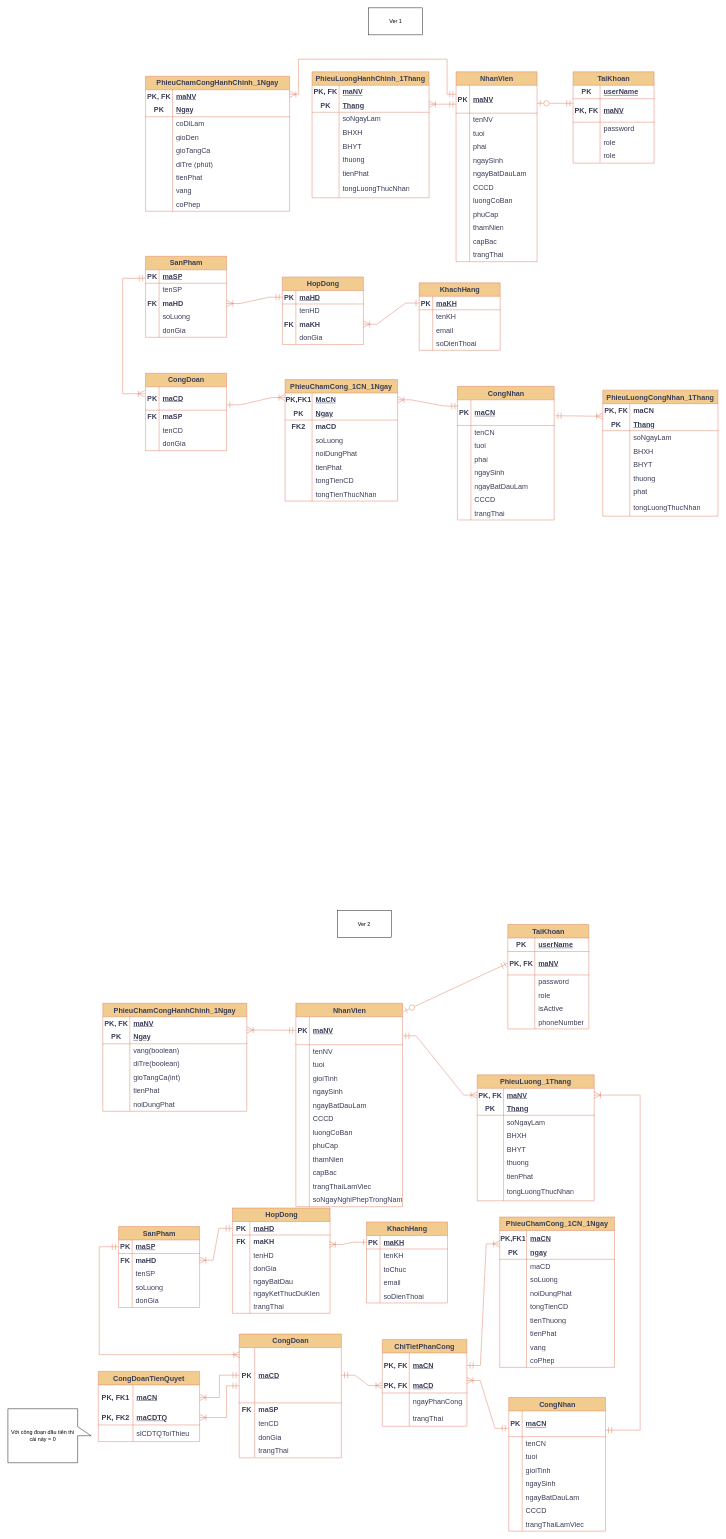
The draw.io diagram EntityRelationshipDiagram.drawio in TomTom2k/-management-of-a-ceramic-processing-company, before the edit. Source tidied: cells renumbered, new cells numbered last; positions are measured from the earlier drawing's top-left corner, leaving out a move shared by most shapes. Both pictures are drawn from the tidied source at 45%, with x=0, y=0 at pixel (8, 8).
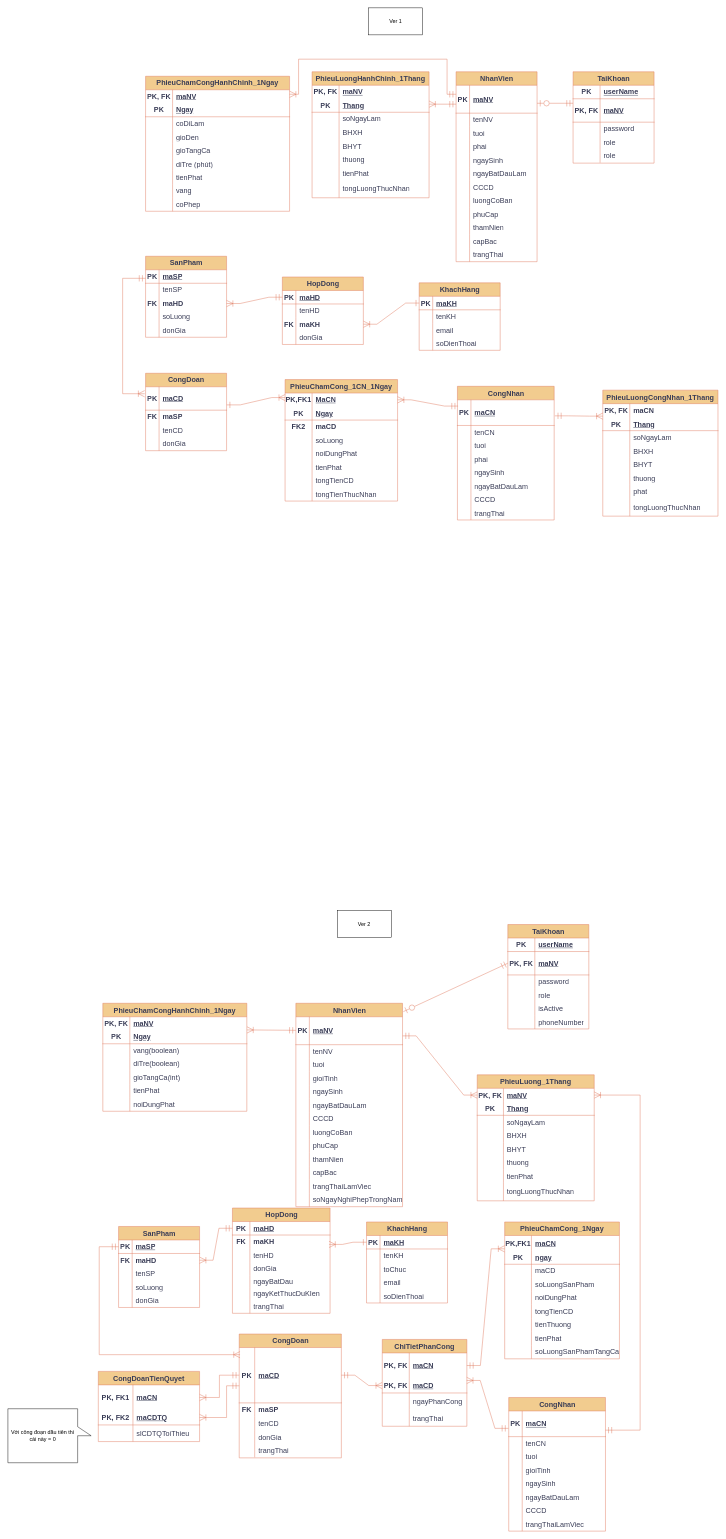
The same diagram, later.

Commit message:
Cập nhật EntityRelationshipDiagram.drawio

The change refers to these unchanged cells:
```xml
<mxCell id="337" style="shape=tableRow;horizontal=0;startSize=0;swimlaneHead=0;swimlaneBody=0;fillColor=none;top=0;left=0;right=0;bottom=0;html=1;labelBackgroundColor=none;strokeColor=#E07A5F;fontColor=#393C56;fontSize=16;" parent="327" vertex="1">
  <mxGeometry y="124" width="255" height="30" as="geometry" />
</mxCell>
<mxCell id="352" style="shape=tableRow;horizontal=0;startSize=0;swimlaneHead=0;swimlaneBody=0;fillColor=none;top=0;left=0;right=0;bottom=0;html=1;labelBackgroundColor=none;strokeColor=#E07A5F;fontColor=#393C56;fontSize=16;" parent="327" vertex="1">
  <mxGeometry y="274" width="255" height="30" as="geometry" />
</mxCell>
```

Change to the diagram source:
```diff
@@
-    <mxCell id="327" value="PhieuChamCong_1CN_1Ngay" style="shape=table;startSize=30;childLayout=tableLayout;rowLines=0;fontStyle=1;align=center;html=1;whiteSpace=wrap;labelBackgroundColor=none;fillColor=#F2CC8F;strokeColor=#E07A5F;fontColor=#393C56;fontSize=16;" parent="1" vertex="1">
-      <mxGeometry x="1093" y="2687" width="255" height="334.1" as="geometry" />
+    <mxCell id="327" value="PhieuChamCong_1Ngay" style="shape=table;startSize=30;childLayout=tableLayout;rowLines=0;fontStyle=1;align=center;html=1;whiteSpace=wrap;labelBackgroundColor=none;fillColor=#F2CC8F;strokeColor=#E07A5F;fontColor=#393C56;fontSize=16;" parent="1" vertex="1">
+      <mxGeometry x="1104" y="2698" width="255" height="304.1" as="geometry" />
     </mxCell>
@@
-    <mxCell id="339" value="soLuong" style="shape=partialRectangle;fillColor=none;top=0;left=0;bottom=0;right=0;align=left;spacingLeft=6;overflow=hidden;html=1;whiteSpace=wrap;labelBackgroundColor=none;strokeColor=#E07A5F;fontColor=#393C56;fontSize=16;" parent="337" vertex="1">
+    <mxCell id="339" value="soLuongSanPham" style="shape=partialRectangle;fillColor=none;top=0;left=0;bottom=0;right=0;align=left;spacingLeft=6;overflow=hidden;html=1;whiteSpace=wrap;labelBackgroundColor=none;strokeColor=#E07A5F;fontColor=#393C56;fontSize=16;" parent="337" vertex="1">
       <mxGeometry x="59.5" width="195.5" height="30" as="geometry" />
     </mxCell>
@@
-    <mxCell id="353" style="shape=partialRectangle;fillColor=none;top=0;left=0;bottom=0;right=0;overflow=hidden;html=1;whiteSpace=wrap;labelBackgroundColor=none;strokeColor=#E07A5F;fontColor=#393C56;fontSize=16;" parent="352" vertex="1">
-      <mxGeometry width="59.5" height="30" as="geometry" />
-    </mxCell>
-    <mxCell id="354" value="vang" style="shape=partialRectangle;fillColor=none;top=0;left=0;bottom=0;right=0;align=left;spacingLeft=6;overflow=hidden;html=1;whiteSpace=wrap;labelBackgroundColor=none;strokeColor=#E07A5F;fontColor=#393C56;fontSize=16;" parent="352" vertex="1">
-      <mxGeometry x="59.5" width="195.5" height="30" as="geometry" />
-    </mxCell>
-    <mxCell id="355" style="shape=tableRow;horizontal=0;startSize=0;swimlaneHead=0;swimlaneBody=0;fillColor=none;top=0;left=0;right=0;bottom=0;html=1;labelBackgroundColor=none;strokeColor=#E07A5F;fontColor=#393C56;fontSize=16;" parent="327" vertex="1">
-      <mxGeometry y="304" width="255" height="30" as="geometry" />
-    </mxCell>
-    <mxCell id="356" style="shape=partialRectangle;fillColor=none;top=0;left=0;bottom=0;right=0;overflow=hidden;html=1;whiteSpace=wrap;labelBackgroundColor=none;strokeColor=#E07A5F;fontColor=#393C56;fontSize=16;" parent="355" vertex="1">
-      <mxGeometry width="59.5" height="30" as="geometry" />
-    </mxCell>
-    <mxCell id="357" value="coPhep" style="shape=partialRectangle;fillColor=none;top=0;left=0;bottom=0;right=0;align=left;spacingLeft=6;overflow=hidden;html=1;whiteSpace=wrap;labelBackgroundColor=none;strokeColor=#E07A5F;fontColor=#393C56;fontSize=16;" parent="355" vertex="1">
-      <mxGeometry x="59.5" width="195.5" height="30" as="geometry" />
-    </mxCell>
+    <mxCell id="517" style="shape=partialRectangle;fillColor=none;top=0;left=0;bottom=0;right=0;overflow=hidden;html=1;whiteSpace=wrap;labelBackgroundColor=none;strokeColor=#E07A5F;fontColor=#393C56;fontSize=16;" parent="352" vertex="1">
+      <mxGeometry width="59.5" height="30" as="geometry" />
+    </mxCell>
+    <mxCell id="518" value="soLuongSanPhamTangCa" style="shape=partialRectangle;fillColor=none;top=0;left=0;bottom=0;right=0;align=left;spacingLeft=6;overflow=hidden;html=1;whiteSpace=wrap;labelBackgroundColor=none;strokeColor=#E07A5F;fontColor=#393C56;fontSize=16;" parent="352" vertex="1">
+      <mxGeometry x="59.5" width="195.5" height="30" as="geometry" />
+    </mxCell>
```
